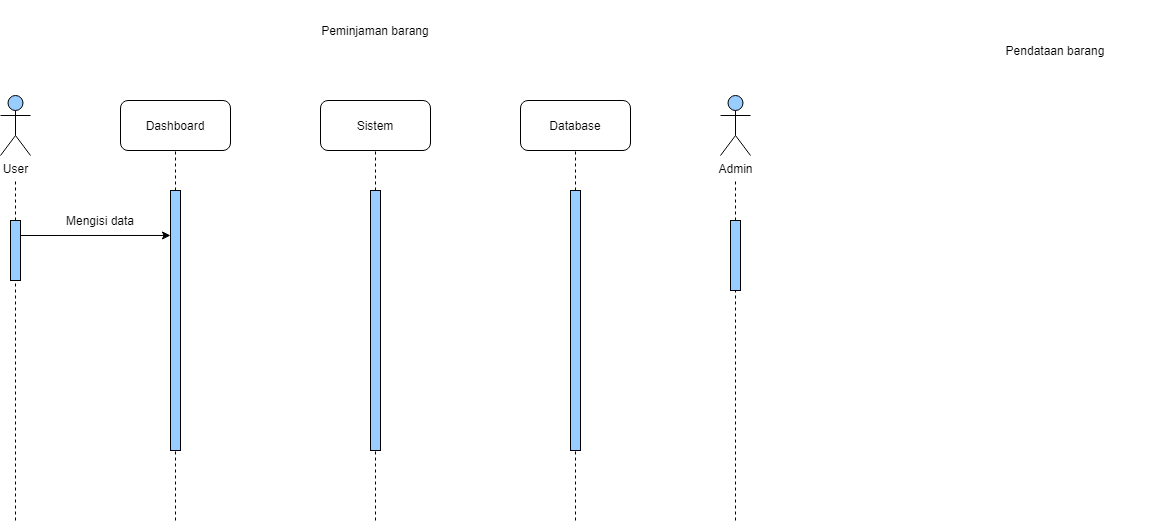
Above: diagrams/Sequence Diagram.drawio.png in johannfac/aplikasipeminjamanaset (draw.io), before the change. Source tidied: cells renumbered, new cells last; positions are measured from the earlier drawing's top-left corner, leaving out a move shared by most shapes. Its diagram source:
```xml
<mxGraphModel>
  <root>
    <mxCell id="0" />
    <mxCell id="1" parent="0" />
    <mxCell id="2" value="Peminjaman barang" style="text;html=1;strokeColor=none;fillColor=none;align=center;verticalAlign=middle;whiteSpace=wrap;rounded=0;" parent="1" vertex="1">
      <mxGeometry x="265" width="220" height="60" as="geometry" />
    </mxCell>
    <mxCell id="3" value="Pendataan barang" style="text;html=1;strokeColor=none;fillColor=none;align=center;verticalAlign=middle;whiteSpace=wrap;rounded=0;" parent="1" vertex="1">
      <mxGeometry x="940" y="20" width="230" height="60" as="geometry" />
    </mxCell>
    <mxCell id="4" value="Dashboard" style="rounded=1;whiteSpace=wrap;html=1;" parent="1" vertex="1">
      <mxGeometry x="120" y="100" width="110" height="50" as="geometry" />
    </mxCell>
    <mxCell id="5" value="Sistem" style="rounded=1;whiteSpace=wrap;html=1;" parent="1" vertex="1">
      <mxGeometry x="320" y="100" width="110" height="50" as="geometry" />
    </mxCell>
    <mxCell id="6" value="Database" style="rounded=1;whiteSpace=wrap;html=1;" parent="1" vertex="1">
      <mxGeometry x="520" y="100" width="110" height="50" as="geometry" />
    </mxCell>
    <mxCell id="7" value="User" style="shape=umlActor;verticalLabelPosition=bottom;verticalAlign=top;html=1;fillColor=#99CCFF;" parent="1" vertex="1">
      <mxGeometry y="95" width="30" height="60" as="geometry" />
    </mxCell>
    <mxCell id="8" value="Admin" style="shape=umlActor;verticalLabelPosition=bottom;verticalAlign=top;html=1;fillColor=#99CCFF;" parent="1" vertex="1">
      <mxGeometry x="720" y="95" width="30" height="60" as="geometry" />
    </mxCell>
    <mxCell id="9" style="endArrow=none;dashed=1;html=1;rounded=0;startArrow=none;" parent="1" edge="1" source="17">
      <mxGeometry relative="1" as="geometry">
        <mxPoint x="15" y="180" as="targetPoint" />
      </mxGeometry>
    </mxCell>
    <mxCell id="10" style="endArrow=none;dashed=1;html=1;rounded=0;entryX=0.5;entryY=1;entryDx=0;entryDy=0;startArrow=none;" parent="1" edge="1" source="19" target="4">
      <mxGeometry relative="1" as="geometry" />
    </mxCell>
    <mxCell id="11" style="endArrow=none;dashed=1;html=1;rounded=0;entryX=0.5;entryY=1;entryDx=0;entryDy=0;startArrow=none;" parent="1" edge="1" source="21">
      <mxGeometry relative="1" as="geometry">
        <mxPoint x="375" y="150" as="targetPoint" />
      </mxGeometry>
    </mxCell>
    <mxCell id="12" style="endArrow=none;dashed=1;html=1;rounded=0;entryX=0.5;entryY=1;entryDx=0;entryDy=0;startArrow=none;" parent="1" edge="1" source="23">
      <mxGeometry relative="1" as="geometry">
        <mxPoint x="575" y="150" as="targetPoint" />
      </mxGeometry>
    </mxCell>
    <mxCell id="13" style="endArrow=none;dashed=1;html=1;rounded=0;entryX=0.5;entryY=1;entryDx=0;entryDy=0;startArrow=none;" parent="1" edge="1" source="14">
      <mxGeometry relative="1" as="geometry">
        <mxPoint x="735" y="180" as="targetPoint" />
      </mxGeometry>
    </mxCell>
    <mxCell id="14" style="rounded=0;whiteSpace=wrap;html=1;fillColor=#99CCFF;" parent="1" vertex="1">
      <mxGeometry x="730" y="220" width="10" height="70" as="geometry" />
    </mxCell>
    <mxCell id="15" style="endArrow=none;dashed=1;html=1;rounded=0;entryX=0.5;entryY=1;entryDx=0;entryDy=0;" parent="1" edge="1" target="14">
      <mxGeometry relative="1" as="geometry">
        <mxPoint x="735" y="520" as="sourcePoint" />
      </mxGeometry>
    </mxCell>
    <mxCell id="16" style="edgeStyle=orthogonalEdgeStyle;rounded=0;jettySize=auto;html=1;exitX=1;exitY=0.25;exitDx=0;exitDy=0;entryX=0;entryY=0.173;entryDx=0;entryDy=0;entryPerimeter=0;" parent="1" edge="1" source="17" target="19">
      <mxGeometry relative="1" as="geometry" />
    </mxCell>
    <mxCell id="17" style="rounded=0;whiteSpace=wrap;html=1;fillColor=#99CCFF;" parent="1" vertex="1">
      <mxGeometry x="10" y="220" width="10" height="60" as="geometry" />
    </mxCell>
    <mxCell id="18" style="endArrow=none;dashed=1;html=1;rounded=0;" parent="1" edge="1" target="17">
      <mxGeometry relative="1" as="geometry">
        <mxPoint x="15" y="520" as="sourcePoint" />
      </mxGeometry>
    </mxCell>
    <mxCell id="19" style="rounded=0;whiteSpace=wrap;html=1;fillColor=#99CCFF;" parent="1" vertex="1">
      <mxGeometry x="170" y="190" width="10" height="260" as="geometry" />
    </mxCell>
    <mxCell id="20" style="endArrow=none;dashed=1;html=1;rounded=0;entryX=0.5;entryY=1;entryDx=0;entryDy=0;" parent="1" edge="1" target="19">
      <mxGeometry relative="1" as="geometry">
        <mxPoint x="175" y="520" as="sourcePoint" />
      </mxGeometry>
    </mxCell>
    <mxCell id="21" style="rounded=0;whiteSpace=wrap;html=1;fillColor=#99CCFF;" parent="1" vertex="1">
      <mxGeometry x="370" y="190" width="10" height="260" as="geometry" />
    </mxCell>
    <mxCell id="22" style="endArrow=none;dashed=1;html=1;rounded=0;entryX=0.5;entryY=1;entryDx=0;entryDy=0;" parent="1" edge="1" target="21">
      <mxGeometry relative="1" as="geometry">
        <mxPoint x="375" y="520" as="sourcePoint" />
      </mxGeometry>
    </mxCell>
    <mxCell id="23" style="rounded=0;whiteSpace=wrap;html=1;fillColor=#99CCFF;" parent="1" vertex="1">
      <mxGeometry x="570" y="190" width="10" height="260" as="geometry" />
    </mxCell>
    <mxCell id="24" style="endArrow=none;dashed=1;html=1;rounded=0;entryX=0.5;entryY=1;entryDx=0;entryDy=0;" parent="1" edge="1" target="23">
      <mxGeometry relative="1" as="geometry">
        <mxPoint x="575" y="520" as="sourcePoint" />
      </mxGeometry>
    </mxCell>
    <mxCell id="25" value="Mengisi data" style="text;html=1;strokeColor=none;fillColor=none;align=center;verticalAlign=middle;whiteSpace=wrap;rounded=0;" parent="1" vertex="1">
      <mxGeometry x="50" y="210" width="100" height="20" as="geometry" />
    </mxCell>
  </root>
</mxGraphModel>
```
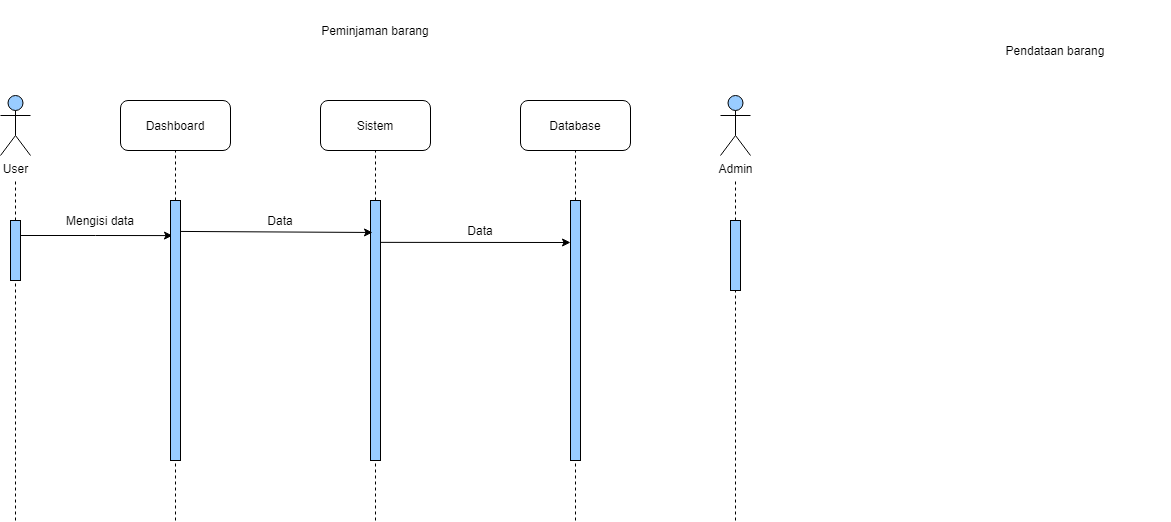
The same file after the commit.

Diff of the diagram source:
```diff
@@ -54,7 +54,7 @@
         <mxPoint x="735" y="520" as="sourcePoint" />
       </mxGeometry>
     </mxCell>
-    <mxCell id="16" style="edgeStyle=orthogonalEdgeStyle;rounded=0;jettySize=auto;html=1;exitX=1;exitY=0.25;exitDx=0;exitDy=0;entryX=0;entryY=0.173;entryDx=0;entryDy=0;entryPerimeter=0;" parent="1" edge="1" source="17" target="19">
+    <mxCell id="16" style="edgeStyle=orthogonalEdgeStyle;rounded=0;jettySize=auto;html=1;exitX=1;exitY=0.25;exitDx=0;exitDy=0;entryX=0.2;entryY=0.135;entryDx=0;entryDy=0;entryPerimeter=0;" parent="1" edge="1" source="17" target="19">
       <mxGeometry relative="1" as="geometry" />
     </mxCell>
     <mxCell id="17" style="rounded=0;whiteSpace=wrap;html=1;fillColor=#99CCFF;" parent="1" vertex="1">
@@ -66,7 +66,7 @@
       </mxGeometry>
     </mxCell>
     <mxCell id="19" style="rounded=0;whiteSpace=wrap;html=1;fillColor=#99CCFF;" parent="1" vertex="1">
-      <mxGeometry x="170" y="190" width="10" height="260" as="geometry" />
+      <mxGeometry x="170" y="200" width="10" height="260" as="geometry" />
     </mxCell>
     <mxCell id="20" style="endArrow=none;dashed=1;html=1;rounded=0;entryX=0.5;entryY=1;entryDx=0;entryDy=0;" parent="1" edge="1" target="19">
       <mxGeometry relative="1" as="geometry">
@@ -74,7 +74,7 @@
       </mxGeometry>
     </mxCell>
     <mxCell id="21" style="rounded=0;whiteSpace=wrap;html=1;fillColor=#99CCFF;" parent="1" vertex="1">
-      <mxGeometry x="370" y="190" width="10" height="260" as="geometry" />
+      <mxGeometry x="370" y="200" width="10" height="260" as="geometry" />
     </mxCell>
     <mxCell id="22" style="endArrow=none;dashed=1;html=1;rounded=0;entryX=0.5;entryY=1;entryDx=0;entryDy=0;" parent="1" edge="1" target="21">
       <mxGeometry relative="1" as="geometry">
@@ -82,7 +82,7 @@
       </mxGeometry>
     </mxCell>
     <mxCell id="23" style="rounded=0;whiteSpace=wrap;html=1;fillColor=#99CCFF;" parent="1" vertex="1">
-      <mxGeometry x="570" y="190" width="10" height="260" as="geometry" />
+      <mxGeometry x="570" y="200" width="10" height="260" as="geometry" />
     </mxCell>
     <mxCell id="24" style="endArrow=none;dashed=1;html=1;rounded=0;entryX=0.5;entryY=1;entryDx=0;entryDy=0;" parent="1" edge="1" target="23">
       <mxGeometry relative="1" as="geometry">
@@ -92,5 +92,19 @@
     <mxCell id="25" value="Mengisi data" style="text;html=1;strokeColor=none;fillColor=none;align=center;verticalAlign=middle;whiteSpace=wrap;rounded=0;" parent="1" vertex="1">
       <mxGeometry x="50" y="210" width="100" height="20" as="geometry" />
     </mxCell>
+    <mxCell id="26" value="Data" style="text;html=1;strokeColor=none;fillColor=none;align=center;verticalAlign=middle;whiteSpace=wrap;rounded=0;" parent="1" vertex="1">
+      <mxGeometry x="230" y="210" width="100" height="20" as="geometry" />
+    </mxCell>
+    <mxCell id="27" style="endArrow=classic;html=1;rounded=0;entryX=0.2;entryY=0.123;entryDx=0;entryDy=0;entryPerimeter=0;exitX=1;exitY=0.119;exitDx=0;exitDy=0;exitPerimeter=0;" parent="1" edge="1" source="19" target="21">
+      <mxGeometry relative="1" as="geometry" />
+    </mxCell>
+    <mxCell id="28" style="endArrow=classic;html=1;rounded=0;exitX=1;exitY=0.161;exitDx=0;exitDy=0;exitPerimeter=0;" parent="1" edge="1" source="21">
+      <mxGeometry relative="1" as="geometry">
+        <mxPoint x="570" y="242" as="targetPoint" />
+      </mxGeometry>
+    </mxCell>
+    <mxCell id="29" value="Data" style="text;html=1;strokeColor=none;fillColor=none;align=center;verticalAlign=middle;whiteSpace=wrap;rounded=0;" parent="1" vertex="1">
+      <mxGeometry x="430" y="220" width="100" height="20" as="geometry" />
+    </mxCell>
   </root>
 </mxGraphModel>
```
